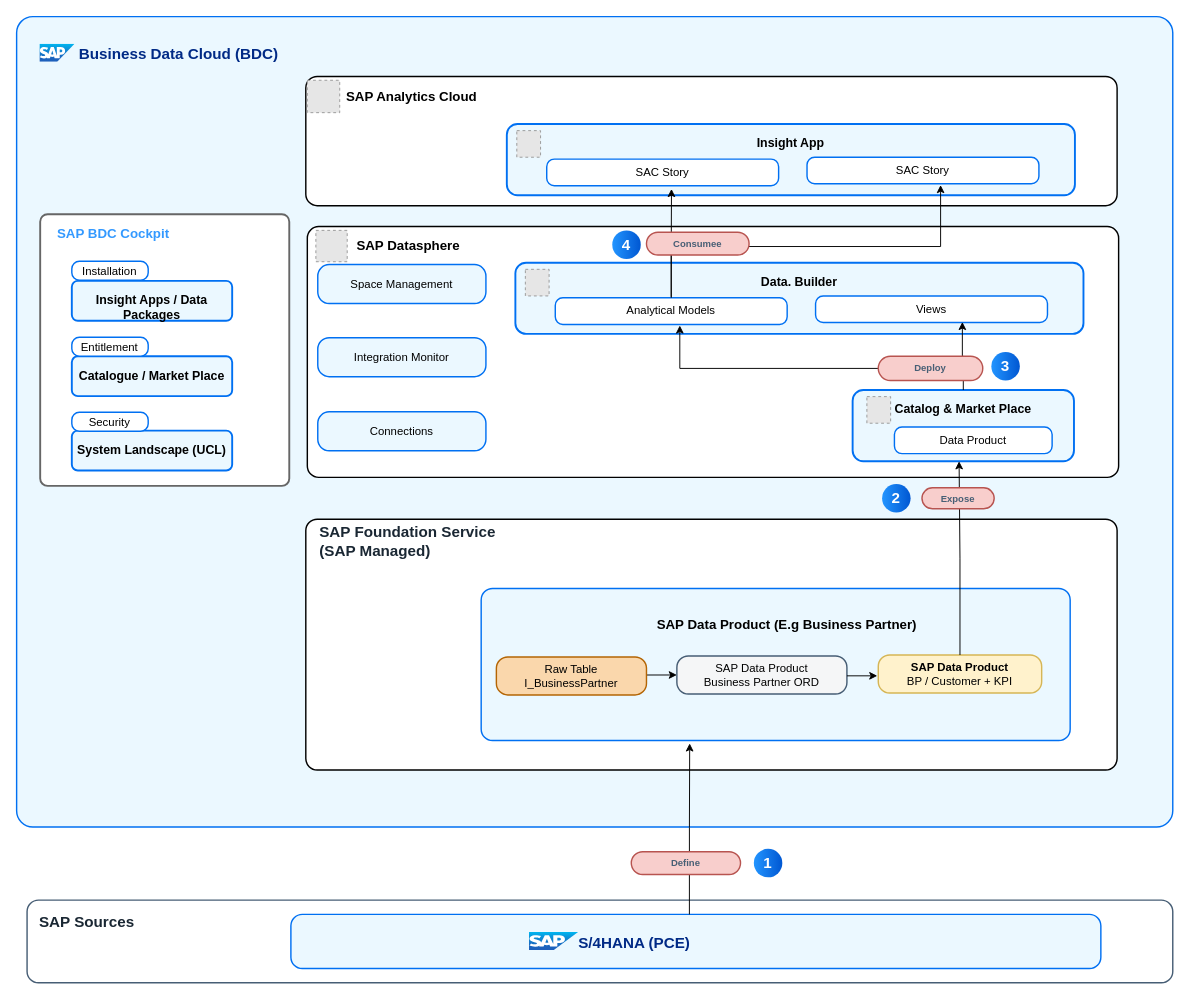
The draw.io diagram docs/ref-arch/RA0013/3-insights-apps-greenfield-bdc/drawio/sap-managed-insight-app.drawio in SAP/architecture-center, before the edit. Source tidied: cells renumbered, new cells numbered last; positions are measured from the earlier drawing's top-left corner, leaving out a move shared by most shapes. Both pictures are drawn from the tidied source at 95%, with x=0, y=0 at pixel (16, 16). Pictures stored in the file or linked from it are replaced by grey dashed boxes.
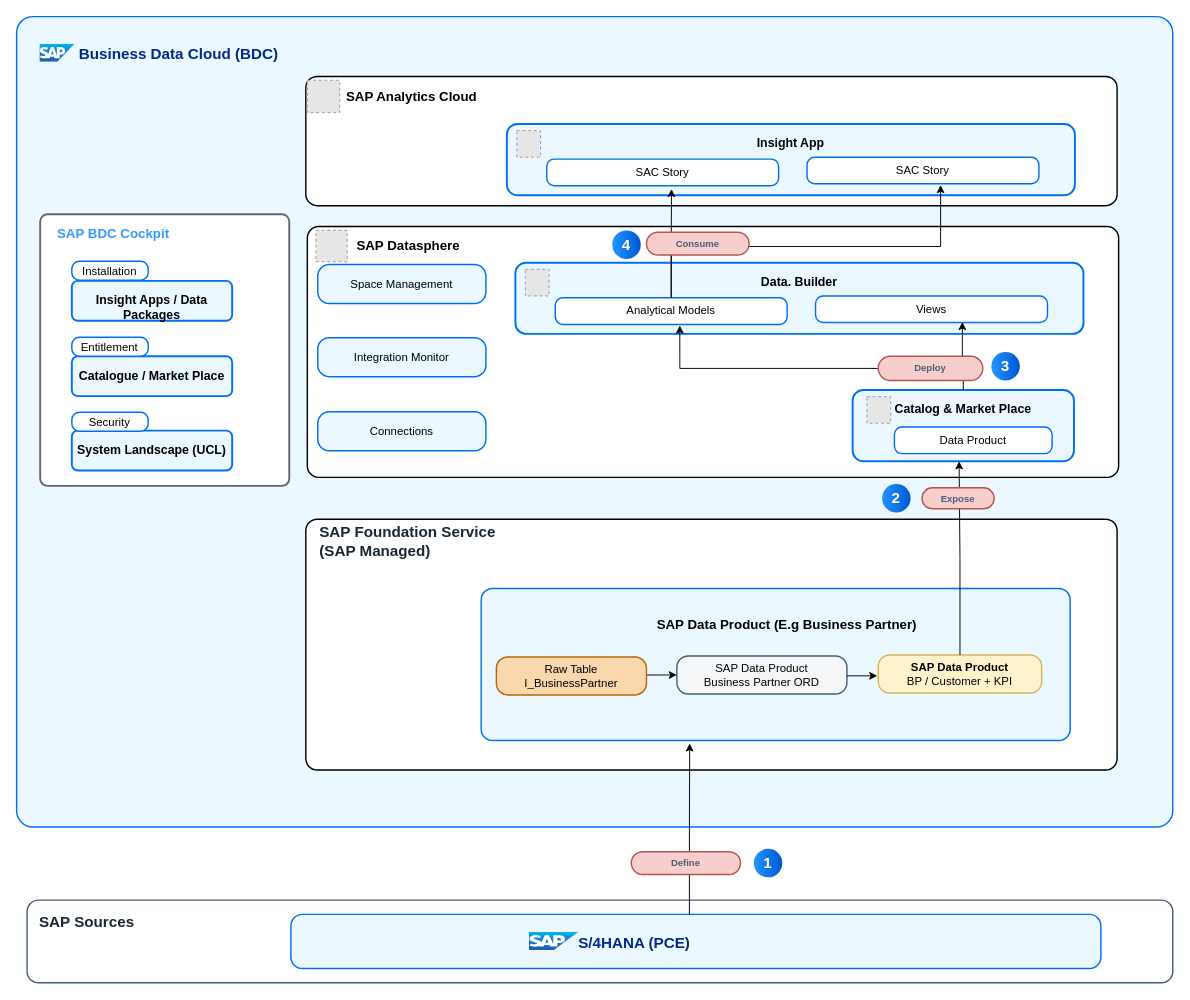
Above is the later version.

Commit message (it also covers changes not shown here):
Insight Apps - Readme Updated

Unchanged cells that the change refers to:
```xml
<mxCell id="2" style="group;" parent="1" vertex="1">
  <mxGeometry width="1217" height="1017" as="geometry" />
</mxCell>
```

Change to the diagram source:
```diff
@@
-    <mxCell id="64" value="&lt;font size=&quot;1&quot; color=&quot;#475f75&quot;&gt;&lt;b style=&quot;&quot;&gt;Consumee&lt;/b&gt;&lt;/font&gt;" style="rounded=1;whiteSpace=wrap;html=1;arcSize=50;strokeColor=#b85450;fillColor=#f8cecc;strokeWidth=1.5;" parent="2" vertex="1">
+    <mxCell id="64" value="&lt;font size=&quot;1&quot; color=&quot;#475f75&quot;&gt;&lt;b style=&quot;&quot;&gt;Consume&lt;/b&gt;&lt;/font&gt;" style="rounded=1;whiteSpace=wrap;html=1;arcSize=50;strokeColor=#b85450;fillColor=#f8cecc;strokeWidth=1.5;" parent="2" vertex="1">
       <mxGeometry x="663" y="227" width="108" height="24" as="geometry" />
     </mxCell>
```
